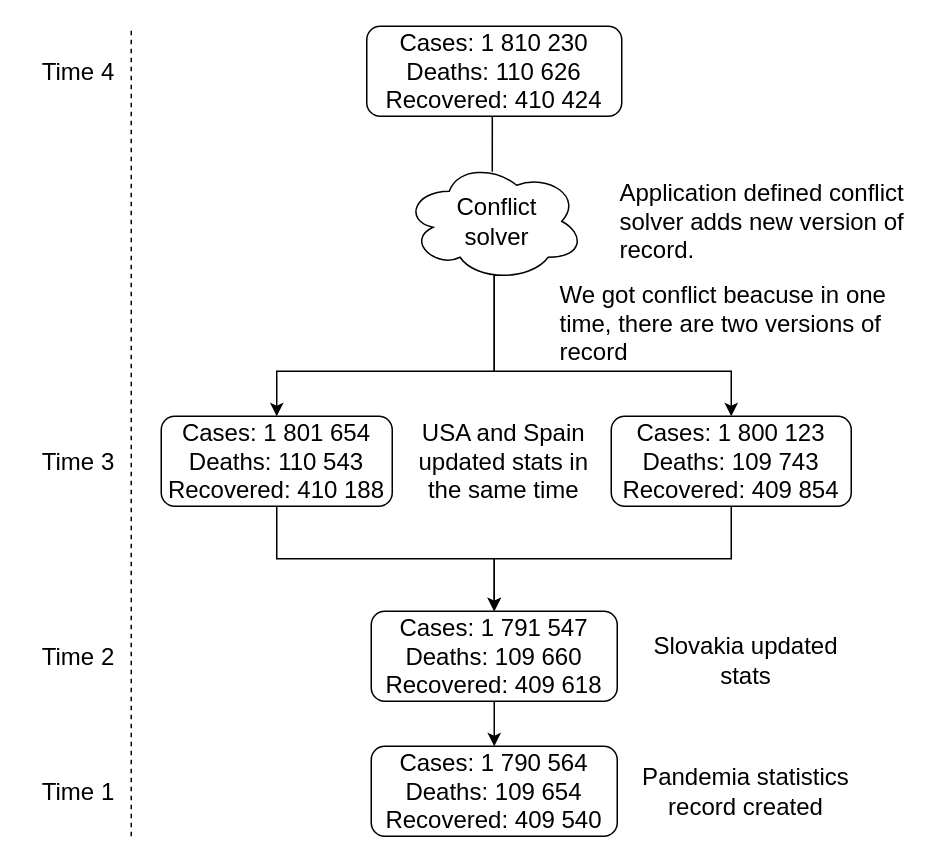
This is diagrams/recordConflictSolver.drawio from IPFSexplorer/latex, a draw.io file, before an edit. Source tidied: cells renumbered, new cells numbered last; positions are measured from the earlier drawing's top-left corner, leaving out a move shared by most shapes. Both pictures are drawn from the tidied source at 150%, with x=0, y=0 at pixel (26, 26).
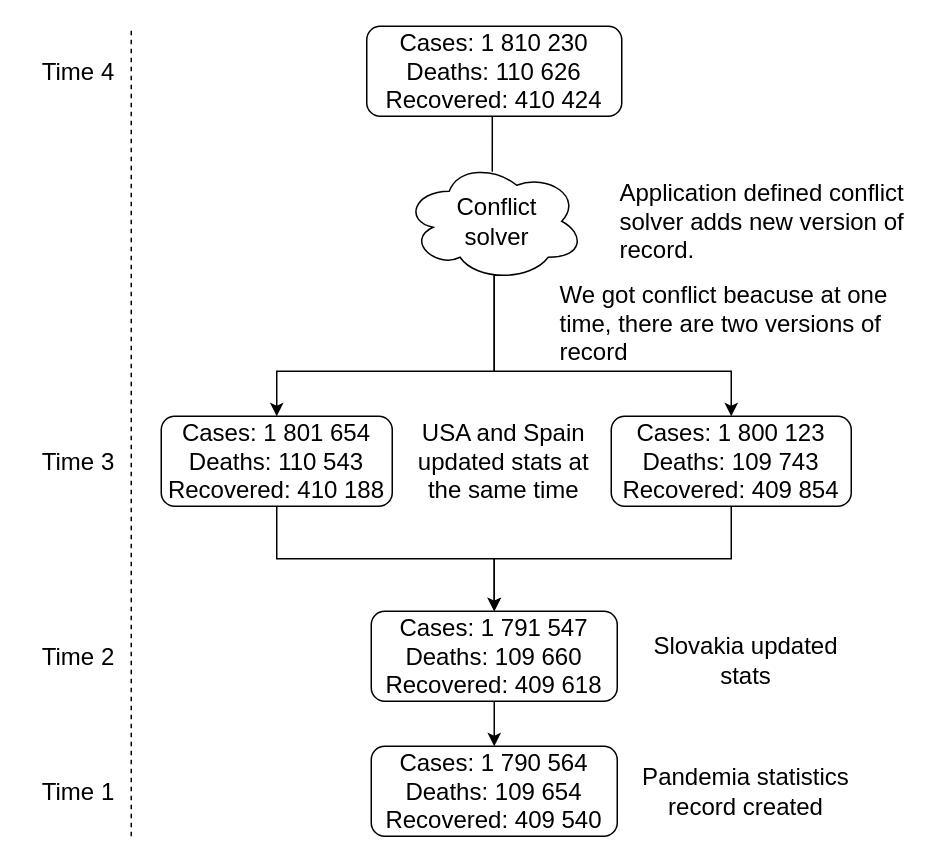
The same diagram, later.

Change to the diagram source:
```diff
@@
-    <mxCell id="17" value="USA and Spain updated stats in the same time" style="text;html=1;strokeColor=none;fillColor=none;align=center;verticalAlign=middle;whiteSpace=wrap;rounded=0;fontSize=16;" parent="1" vertex="1">
+    <mxCell id="17" value="USA and Spain updated stats at the same time" style="text;html=1;strokeColor=none;fillColor=none;align=center;verticalAlign=middle;whiteSpace=wrap;rounded=0;fontSize=16;" parent="1" vertex="1">
       <mxGeometry x="250" y="252.5" width="136.5" height="75" as="geometry" />
     </mxCell>
@@
-    <mxCell id="23" value="We got conflict beacuse in one time, there are two versions of record" style="text;html=1;strokeColor=none;fillColor=none;align=left;verticalAlign=middle;whiteSpace=wrap;rounded=0;fontSize=16;" parent="1" vertex="1">
+    <mxCell id="23" value="We got conflict beacuse at one time, there are two versions of record" style="text;html=1;strokeColor=none;fillColor=none;align=left;verticalAlign=middle;whiteSpace=wrap;rounded=0;fontSize=16;" parent="1" vertex="1">
       <mxGeometry x="354" y="170" width="226" height="55" as="geometry" />
     </mxCell>
```
